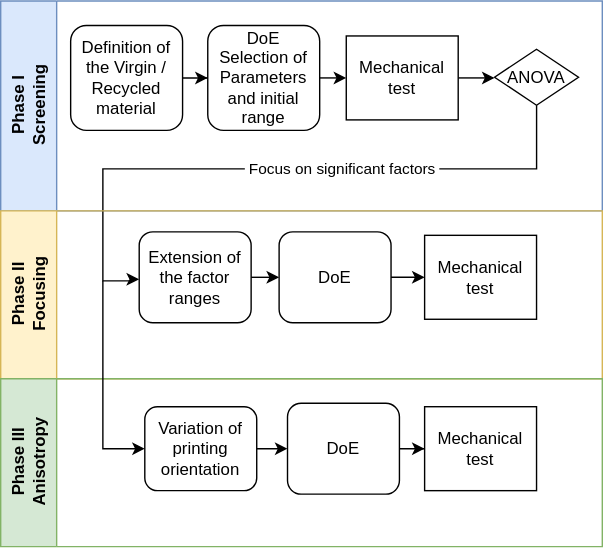
This is Figures/Methodology.svg from fabbiocrux/Uni-Vigo, a draw.io export, as it was before one commit. Source tidied: cells renumbered, new cells last; positions are measured from the earlier drawing's top-left corner, leaving out a move shared by most shapes.
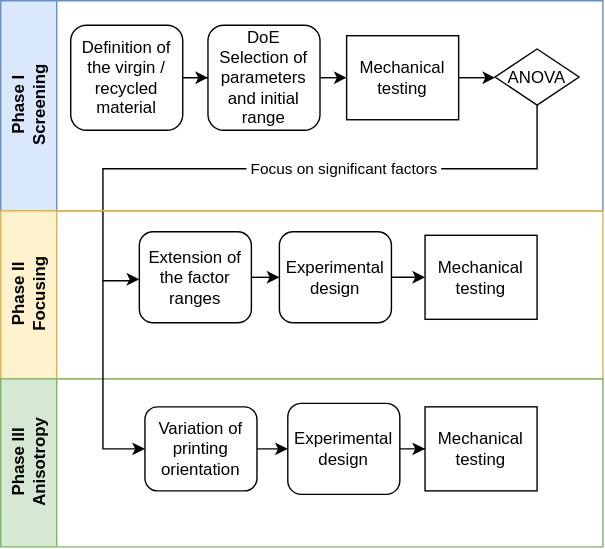
The same file after the commit.

Change to the diagram source:
```diff
@@ -8,10 +8,10 @@
     <mxCell id="3" style="edgeStyle=orthogonalEdgeStyle;rounded=0;jettySize=auto;html=1;" parent="2" edge="1" source="4" target="5">
       <mxGeometry relative="1" as="geometry" />
     </mxCell>
-    <mxCell id="4" value="Definition of the Virgin / Recycled&lt;br&gt;material" style="rounded=1;whiteSpace=wrap;html=1;" parent="2" vertex="1">
+    <mxCell id="4" value="Definition of the virgin / recycled&lt;br&gt;material" style="rounded=1;whiteSpace=wrap;html=1;" parent="2" vertex="1">
       <mxGeometry x="50" y="17.5" width="80" height="75" as="geometry" />
     </mxCell>
-    <mxCell id="5" value="DoE&lt;br&gt;Selection of Parameters and initial range" style="rounded=1;whiteSpace=wrap;html=1;fontFamily=Helvetica;fontSize=12;fontColor=#000000;align=center;" parent="2" vertex="1">
+    <mxCell id="5" value="DoE&lt;br&gt;Selection of parameters and initial range" style="rounded=1;whiteSpace=wrap;html=1;fontFamily=Helvetica;fontSize=12;fontColor=#000000;align=center;" parent="2" vertex="1">
       <mxGeometry x="148" y="17.5" width="80" height="75" as="geometry" />
     </mxCell>
     <mxCell id="6" style="edgeStyle=orthogonalEdgeStyle;rounded=0;jettySize=auto;html=1;exitX=1;exitY=0.5;exitDx=0;exitDy=0;entryX=0;entryY=0.5;entryDx=0;entryDy=0;startArrow=none;startFill=0;endArrow=classic;endFill=1;" parent="2" edge="1" source="8" target="9">
@@ -20,7 +20,7 @@
     <mxCell id="7" style="edgeStyle=orthogonalEdgeStyle;rounded=0;jettySize=auto;html=1;exitX=0;exitY=0.5;exitDx=0;exitDy=0;entryX=1;entryY=0.5;entryDx=0;entryDy=0;startArrow=classic;startFill=1;endArrow=none;endFill=0;" parent="2" edge="1" source="8" target="5">
       <mxGeometry relative="1" as="geometry" />
     </mxCell>
-    <mxCell id="8" value="Mechanical test" style="rounded=0;whiteSpace=wrap;html=1;fontFamily=Helvetica;fontSize=12;fontColor=#000000;align=center;" parent="2" vertex="1">
+    <mxCell id="8" value="Mechanical testing" style="rounded=0;whiteSpace=wrap;html=1;fontFamily=Helvetica;fontSize=12;fontColor=#000000;align=center;" parent="2" vertex="1">
       <mxGeometry x="247" y="25" width="80" height="60" as="geometry" />
     </mxCell>
     <mxCell id="9" value="ANOVA" style="rhombus;whiteSpace=wrap;html=1;fontFamily=Helvetica;fontSize=12;fontColor=#000000;align=center;" parent="2" vertex="1">
@@ -51,13 +51,13 @@
     <mxCell id="14" style="edgeStyle=orthogonalEdgeStyle;rounded=0;jettySize=auto;html=1;exitX=0;exitY=0.5;exitDx=0;exitDy=0;entryX=1;entryY=0.5;entryDx=0;entryDy=0;startArrow=classic;startFill=1;endArrow=none;endFill=0;" parent="12" edge="1" source="15" target="13">
       <mxGeometry relative="1" as="geometry" />
     </mxCell>
-    <mxCell id="15" value="DoE&lt;br&gt;" style="rounded=1;whiteSpace=wrap;html=1;fontFamily=Helvetica;fontSize=12;fontColor=#000000;align=center;" parent="12" vertex="1">
+    <mxCell id="15" value="Experimental&lt;br&gt;design" style="rounded=1;whiteSpace=wrap;html=1;fontFamily=Helvetica;fontSize=12;fontColor=#000000;align=center;" parent="12" vertex="1">
       <mxGeometry x="199" y="15" width="80" height="65" as="geometry" />
     </mxCell>
     <mxCell id="16" style="edgeStyle=orthogonalEdgeStyle;rounded=0;jettySize=auto;html=1;exitX=0;exitY=0.5;exitDx=0;exitDy=0;startArrow=classic;startFill=1;endArrow=none;endFill=0;" parent="12" edge="1" source="17" target="15">
       <mxGeometry relative="1" as="geometry" />
     </mxCell>
-    <mxCell id="17" value="Mechanical test" style="rounded=0;whiteSpace=wrap;html=1;fontFamily=Helvetica;fontSize=12;fontColor=#000000;align=center;" parent="12" vertex="1">
+    <mxCell id="17" value="Mechanical testing" style="rounded=0;whiteSpace=wrap;html=1;fontFamily=Helvetica;fontSize=12;fontColor=#000000;align=center;" parent="12" vertex="1">
       <mxGeometry x="303" y="17.5" width="80" height="60" as="geometry" />
     </mxCell>
     <mxCell id="18" value="Phase III&lt;br&gt;Anisotropy" style="swimlane;html=1;startSize=40;horizontal=0;fillColor=#d5e8d4;strokeColor=#82b366;" parent="1" vertex="1">
@@ -66,13 +66,13 @@
     <mxCell id="19" style="edgeStyle=orthogonalEdgeStyle;rounded=0;jettySize=auto;html=1;startArrow=classic;startFill=1;endArrow=none;endFill=0;" parent="18" edge="1" source="20" target="22">
       <mxGeometry relative="1" as="geometry" />
     </mxCell>
-    <mxCell id="20" value="Mechanical test" style="rounded=0;whiteSpace=wrap;html=1;fontFamily=Helvetica;fontSize=12;fontColor=#000000;align=center;" parent="18" vertex="1">
+    <mxCell id="20" value="Mechanical testing" style="rounded=0;whiteSpace=wrap;html=1;fontFamily=Helvetica;fontSize=12;fontColor=#000000;align=center;" parent="18" vertex="1">
       <mxGeometry x="303" y="20" width="80" height="60" as="geometry" />
     </mxCell>
     <mxCell id="21" style="edgeStyle=orthogonalEdgeStyle;rounded=0;jettySize=auto;html=1;startArrow=classic;startFill=1;endArrow=none;endFill=0;" parent="18" edge="1" source="22" target="23">
       <mxGeometry relative="1" as="geometry" />
     </mxCell>
-    <mxCell id="22" value="DoE&lt;br&gt;" style="rounded=1;whiteSpace=wrap;html=1;fontFamily=Helvetica;fontSize=12;fontColor=#000000;align=center;" parent="18" vertex="1">
+    <mxCell id="22" value="Experimental&lt;br&gt;design" style="rounded=1;whiteSpace=wrap;html=1;fontFamily=Helvetica;fontSize=12;fontColor=#000000;align=center;" parent="18" vertex="1">
       <mxGeometry x="205" y="17.5" width="80" height="65" as="geometry" />
     </mxCell>
     <mxCell id="23" value="Variation of printing orientation" style="rounded=1;whiteSpace=wrap;html=1;fontFamily=Helvetica;fontSize=12;fontColor=#000000;align=center;" parent="18" vertex="1">
```
